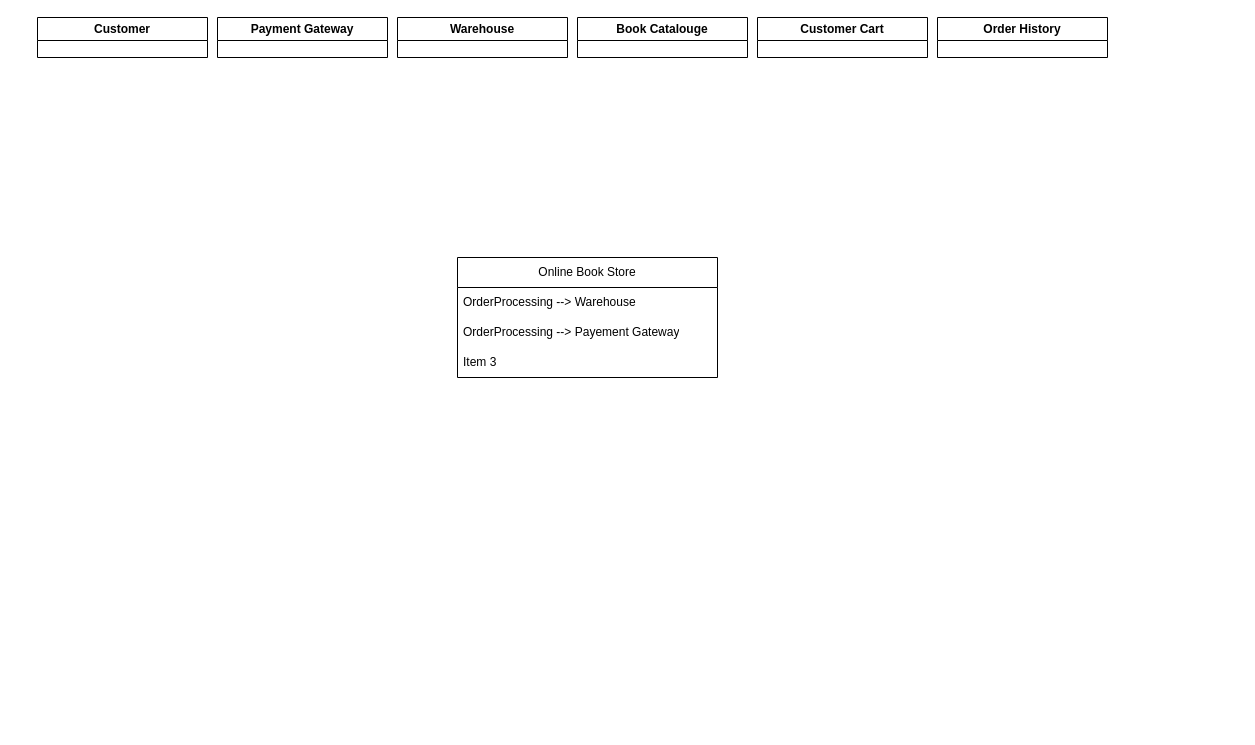
Above: Untitled Diagram.drawio in Tanaya-Bhide/PROJECT-MANAGEMENT (draw.io), before the change. Source tidied: cells renumbered, new cells numbered last; positions are measured from the earlier drawing's top-left corner, leaving out a move shared by most shapes. Both pictures are drawn from the tidied source at 100%, with x=0, y=0 at pixel (37, 17).
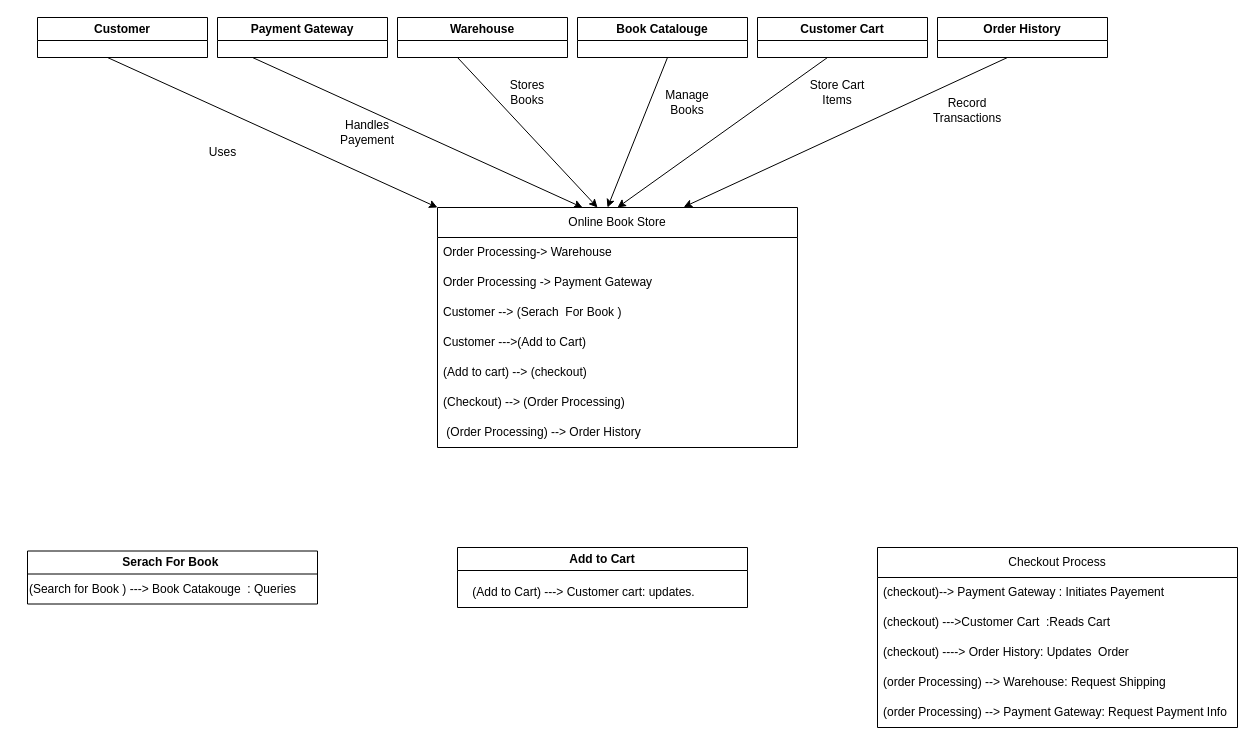
The same diagram, later.

What changed in the source:
```diff
@@
     <mxCell id="8" value="Online Book Store" style="swimlane;fontStyle=0;horizontal=1;startSize=30;whiteSpace=wrap;html=1;" parent="1" vertex="1">
-      <mxGeometry x="420" y="240" width="260" height="120" as="geometry" />
+      <mxGeometry x="400" y="190" width="360" height="240" as="geometry" />
     </mxCell>
-    <mxCell id="9" value="OrderProcessing --&amp;gt; Warehouse" style="text;strokeColor=none;fillColor=none;align=left;verticalAlign=middle;spacingLeft=4;spacingRight=4;overflow=hidden;whiteSpace=wrap;html=1;" parent="8" vertex="1">
-      <mxGeometry y="30" width="260" height="30" as="geometry" />
-    </mxCell>
-    <mxCell id="10" value="OrderProcessing --&amp;gt; Payement Gateway" style="text;strokeColor=none;fillColor=none;align=left;verticalAlign=middle;spacingLeft=4;spacingRight=4;overflow=hidden;whiteSpace=wrap;html=1;" parent="8" vertex="1">
-      <mxGeometry y="60" width="260" height="30" as="geometry" />
-    </mxCell>
-    <mxCell id="11" value="Item 3" style="text;strokeColor=none;fillColor=none;align=left;verticalAlign=middle;spacingLeft=4;spacingRight=4;overflow=hidden;whiteSpace=wrap;html=1;" parent="8" vertex="1">
-      <mxGeometry y="90" width="260" height="30" as="geometry" />
-    </mxCell>
+    <mxCell id="12" value="Order Processing-&amp;gt; Warehouse" style="text;strokeColor=none;fillColor=none;align=left;verticalAlign=middle;spacingLeft=4;spacingRight=4;overflow=hidden;whiteSpace=wrap;html=1;" parent="8" vertex="1">
+      <mxGeometry y="30" width="360" height="30" as="geometry" />
+    </mxCell>
+    <mxCell id="13" value="Order Processing -&amp;gt; Payment Gateway" style="text;strokeColor=none;fillColor=none;align=left;verticalAlign=middle;spacingLeft=4;spacingRight=4;overflow=hidden;whiteSpace=wrap;html=1;" parent="8" vertex="1">
+      <mxGeometry y="60" width="360" height="30" as="geometry" />
+    </mxCell>
+    <mxCell id="14" value="Customer --&amp;gt; (Serach&amp;nbsp; For Book )" style="text;strokeColor=none;fillColor=none;align=left;verticalAlign=middle;spacingLeft=4;spacingRight=4;overflow=hidden;whiteSpace=wrap;html=1;" parent="8" vertex="1">
+      <mxGeometry y="90" width="360" height="30" as="geometry" />
+    </mxCell>
+    <mxCell id="15" value="Customer ---&amp;gt;(Add to Cart)" style="text;strokeColor=none;fillColor=none;align=left;verticalAlign=middle;spacingLeft=4;spacingRight=4;overflow=hidden;whiteSpace=wrap;html=1;" parent="8" vertex="1">
+      <mxGeometry y="120" width="360" height="30" as="geometry" />
+    </mxCell>
+    <mxCell id="16" value="(Add to cart) --&amp;gt; (checkout)" style="text;strokeColor=none;fillColor=none;align=left;verticalAlign=middle;spacingLeft=4;spacingRight=4;overflow=hidden;whiteSpace=wrap;html=1;" parent="8" vertex="1">
+      <mxGeometry y="150" width="360" height="30" as="geometry" />
+    </mxCell>
+    <mxCell id="17" value="(Checkout) --&amp;gt; (Order Processing)" style="text;strokeColor=none;fillColor=none;align=left;verticalAlign=middle;spacingLeft=4;spacingRight=4;overflow=hidden;whiteSpace=wrap;html=1;" parent="8" vertex="1">
+      <mxGeometry y="180" width="360" height="30" as="geometry" />
+    </mxCell>
+    <mxCell id="18" value="&amp;nbsp;(Order Processing) --&amp;gt; Order History" style="text;strokeColor=none;fillColor=none;align=left;verticalAlign=middle;spacingLeft=4;spacingRight=4;overflow=hidden;whiteSpace=wrap;html=1;" parent="8" vertex="1">
+      <mxGeometry y="210" width="360" height="30" as="geometry" />
+    </mxCell>
+    <mxCell id="19" style="endArrow=classic;html=1;rounded=0;entryX=0;entryY=0;entryDx=0;entryDy=0;" parent="1" edge="1" target="8">
+      <mxGeometry relative="1" as="geometry">
+        <mxPoint x="70" y="40" as="sourcePoint" />
+      </mxGeometry>
+    </mxCell>
+    <mxCell id="20" value="Uses" style="text;html=1;align=center;verticalAlign=middle;strokeColor=none;fillColor=none;" parent="1" vertex="1">
+      <mxGeometry x="160" y="120" width="50" height="30" as="geometry" />
+    </mxCell>
+    <mxCell id="21" style="endArrow=classic;html=1;rounded=0;entryX=0;entryY=0;entryDx=0;entryDy=0;" parent="1" edge="1">
+      <mxGeometry relative="1" as="geometry">
+        <mxPoint x="215" y="40" as="sourcePoint" />
+        <mxPoint x="545" y="190" as="targetPoint" />
+      </mxGeometry>
+    </mxCell>
+    <mxCell id="22" value="Handles Payement" style="text;strokeColor=none;align=center;fillColor=none;html=1;verticalAlign=middle;whiteSpace=wrap;rounded=0;" parent="1" vertex="1">
+      <mxGeometry x="300" y="100" width="60" height="30" as="geometry" />
+    </mxCell>
+    <mxCell id="23" style="endArrow=classic;html=1;rounded=0;" parent="1" edge="1">
+      <mxGeometry relative="1" as="geometry">
+        <mxPoint x="420" y="40" as="sourcePoint" />
+        <mxPoint x="560" y="190" as="targetPoint" />
+      </mxGeometry>
+    </mxCell>
+    <mxCell id="24" value="Stores Books" style="text;strokeColor=none;align=center;fillColor=none;html=1;verticalAlign=middle;whiteSpace=wrap;rounded=0;" parent="1" vertex="1">
+      <mxGeometry x="460" y="60" width="60" height="30" as="geometry" />
+    </mxCell>
+    <mxCell id="25" style="endArrow=classic;html=1;rounded=0;" parent="1" edge="1">
+      <mxGeometry relative="1" as="geometry">
+        <mxPoint x="630" y="40" as="sourcePoint" />
+        <mxPoint x="570" y="190" as="targetPoint" />
+      </mxGeometry>
+    </mxCell>
+    <mxCell id="26" value="Manage Books" style="text;strokeColor=none;align=center;fillColor=none;html=1;verticalAlign=middle;whiteSpace=wrap;rounded=0;" parent="1" vertex="1">
+      <mxGeometry x="620" y="70" width="60" height="30" as="geometry" />
+    </mxCell>
+    <mxCell id="27" style="endArrow=classic;html=1;rounded=0;entryX=0.5;entryY=0;entryDx=0;entryDy=0;" parent="1" edge="1" target="8">
+      <mxGeometry relative="1" as="geometry">
+        <mxPoint x="790" y="40" as="sourcePoint" />
+      </mxGeometry>
+    </mxCell>
+    <mxCell id="28" value="Store Cart Items" style="text;strokeColor=none;align=center;fillColor=none;html=1;verticalAlign=middle;whiteSpace=wrap;rounded=0;" parent="1" vertex="1">
+      <mxGeometry x="770" y="60" width="60" height="30" as="geometry" />
+    </mxCell>
+    <mxCell id="29" style="endArrow=classic;html=1;rounded=0;entryX=0.684;entryY=-0.002;entryDx=0;entryDy=0;entryPerimeter=0;" parent="1" edge="1" target="8">
+      <mxGeometry relative="1" as="geometry">
+        <mxPoint x="970" y="40" as="sourcePoint" />
+      </mxGeometry>
+    </mxCell>
+    <mxCell id="30" value="Record Transactions" style="text;strokeColor=none;align=center;fillColor=none;html=1;verticalAlign=middle;whiteSpace=wrap;rounded=0;" parent="1" vertex="1">
+      <mxGeometry x="900" y="78" width="60" height="30" as="geometry" />
+    </mxCell>
+    <mxCell id="31" value="Serach For Book&amp;nbsp;" style="swimlane;whiteSpace=wrap;html=1;" parent="1" vertex="1">
+      <mxGeometry x="-10" y="533.5" width="290" height="53" as="geometry" />
+    </mxCell>
+    <mxCell id="32" value="(Search for Book ) ---&amp;gt; Book Catakouge&amp;nbsp; : Queries" style="text;html=1;align=center;verticalAlign=middle;strokeColor=none;fillColor=none;" parent="31" vertex="1">
+      <mxGeometry x="-10" y="23" width="290" height="30" as="geometry" />
+    </mxCell>
+    <mxCell id="33" value="Add to Cart" style="swimlane;whiteSpace=wrap;html=1;" parent="1" vertex="1">
+      <mxGeometry x="420" y="530" width="290" height="60" as="geometry" />
+    </mxCell>
+    <mxCell id="34" value="(Add to Cart) ---&amp;gt; Customer cart: updates." style="text;html=1;align=center;verticalAlign=middle;strokeColor=none;fillColor=none;" parent="33" vertex="1">
+      <mxGeometry x="1" y="30" width="250" height="30" as="geometry" />
+    </mxCell>
+    <mxCell id="35" value="Checkout Process" style="swimlane;fontStyle=0;horizontal=1;startSize=30;whiteSpace=wrap;html=1;" parent="1" vertex="1">
+      <mxGeometry x="840" y="530" width="360" height="180" as="geometry" />
+    </mxCell>
+    <mxCell id="36" value="(checkout)--&amp;gt; Payment Gateway : Initiates Payement" style="text;strokeColor=none;fillColor=none;align=left;verticalAlign=middle;spacingLeft=4;spacingRight=4;overflow=hidden;whiteSpace=wrap;html=1;" parent="35" vertex="1">
+      <mxGeometry y="30" width="360" height="30" as="geometry" />
+    </mxCell>
+    <mxCell id="37" value="(checkout) ---&amp;gt;Customer Cart&amp;nbsp; :Reads Cart&amp;nbsp;" style="text;strokeColor=none;fillColor=none;align=left;verticalAlign=middle;spacingLeft=4;spacingRight=4;overflow=hidden;whiteSpace=wrap;html=1;" parent="35" vertex="1">
+      <mxGeometry y="60" width="360" height="30" as="geometry" />
+    </mxCell>
+    <mxCell id="38" value="(checkout) ----&amp;gt; Order History: Updates&amp;nbsp; Order" style="text;strokeColor=none;fillColor=none;align=left;verticalAlign=middle;spacingLeft=4;spacingRight=4;overflow=hidden;whiteSpace=wrap;html=1;" parent="35" vertex="1">
+      <mxGeometry y="90" width="360" height="30" as="geometry" />
+    </mxCell>
+    <mxCell id="39" value="(order Processing) --&amp;gt; Warehouse: Request Shipping" style="text;strokeColor=none;fillColor=none;align=left;verticalAlign=middle;spacingLeft=4;spacingRight=4;overflow=hidden;whiteSpace=wrap;html=1;" parent="35" vertex="1">
+      <mxGeometry y="120" width="360" height="30" as="geometry" />
+    </mxCell>
+    <mxCell id="40" value="(order Processing) --&amp;gt; Payment Gateway: Request Payment Info" style="text;strokeColor=none;fillColor=none;align=left;verticalAlign=middle;spacingLeft=4;spacingRight=4;overflow=hidden;whiteSpace=wrap;html=1;" parent="35" vertex="1">
+      <mxGeometry y="150" width="360" height="30" as="geometry" />
+    </mxCell>
```
